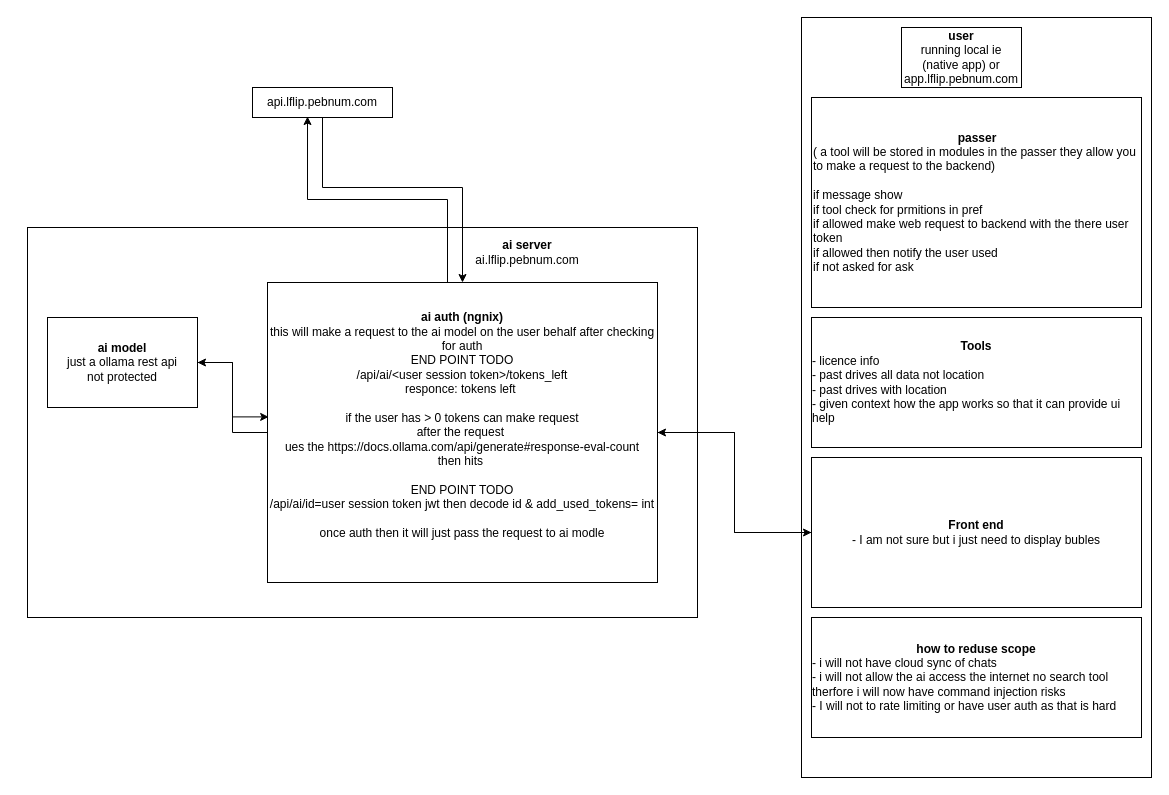
Earlier version of the draw.io diagram documentation/how to do ai.drawio (freddygaffey/Lflip). Source tidied: cells renumbered, new cells numbered last; positions are measured from the earlier drawing's top-left corner, leaving out a move shared by most shapes. Both pictures are drawn from the tidied source at 100%, with x=0, y=0 at pixel (27, 17).
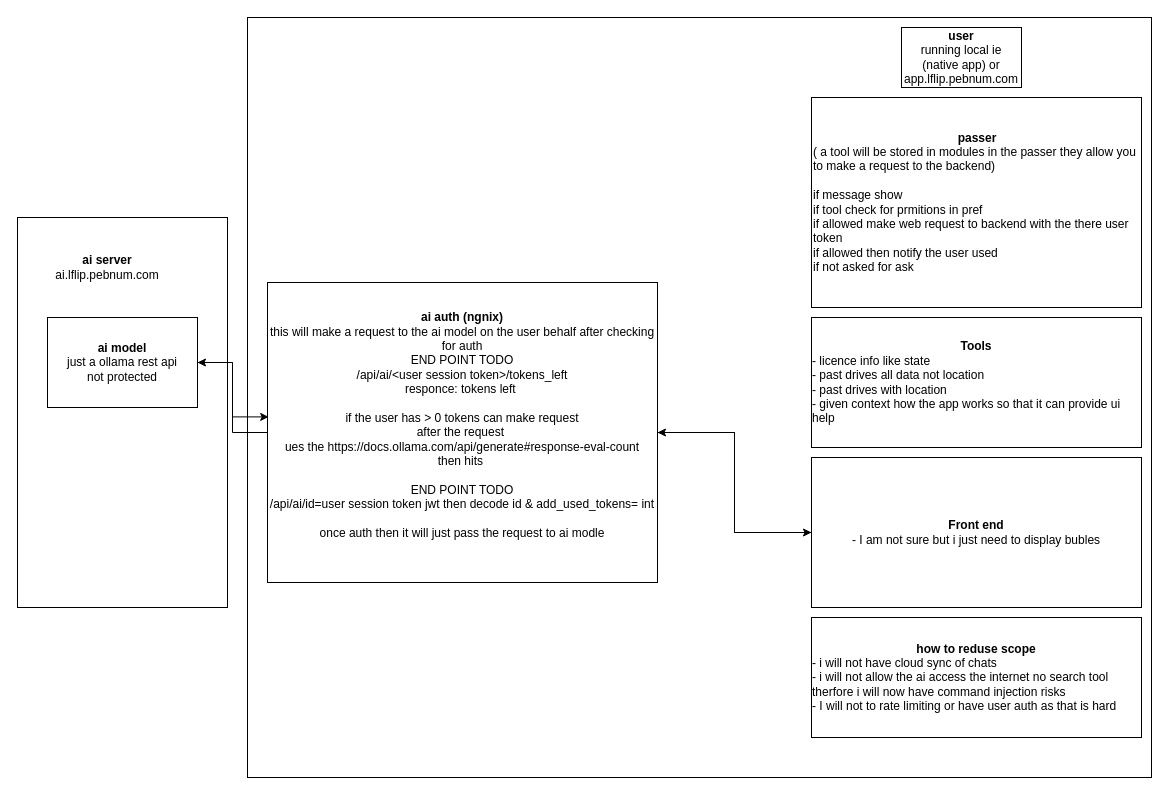
After the change.

Unchanged cells that the change refers to:
```xml
<mxCell id="18" value="&lt;b&gt;ai auth (ngnix)&lt;/b&gt;&lt;div&gt;this will make a request to the ai model on the user behalf after checking for auth&lt;/div&gt;&lt;div&gt;END POINT TODO&lt;/div&gt;&lt;div&gt;/api/ai/&amp;lt;user session token&amp;gt;/tokens_left&lt;/div&gt;&lt;div&gt;responce:&amp;nbsp;&lt;span style=&quot;background-color: transparent; color: light-dark(rgb(0, 0, 0), rgb(255, 255, 255));&quot;&gt;tokens left&amp;nbsp;&lt;/span&gt;&lt;/div&gt;&lt;div&gt;&lt;span style=&quot;background-color: transparent; color: light-dark(rgb(0, 0, 0), rgb(255, 255, 255));&quot;&gt;&lt;br&gt;&lt;/span&gt;&lt;/div&gt;&lt;div&gt;&lt;span style=&quot;background-color: transparent; color: light-dark(rgb(0, 0, 0), rgb(255, 255, 255));&quot;&gt;if the user has &amp;gt; 0 tokens can make request&lt;/span&gt;&lt;/div&gt;&lt;div&gt;&lt;span style=&quot;background-color: transparent; color: light-dark(rgb(0, 0, 0), rgb(255, 255, 255));&quot;&gt;after the request&amp;nbsp;&lt;/span&gt;&lt;/div&gt;&lt;div&gt;&lt;span style=&quot;background-color: transparent; color: light-dark(rgb(0, 0, 0), rgb(255, 255, 255));&quot;&gt;ues the&amp;nbsp;&lt;/span&gt;&lt;span style=&quot;background-color: transparent;&quot;&gt;https://docs.ollama.com/api/generate#response-eval-count&lt;/span&gt;&lt;/div&gt;&lt;div&gt;&lt;span style=&quot;background-color: transparent;&quot;&gt;then hits&amp;nbsp;&lt;/span&gt;&lt;/div&gt;&lt;div&gt;&lt;span style=&quot;background-color: transparent;&quot;&gt;&lt;br&gt;&lt;/span&gt;&lt;/div&gt;&lt;div&gt;&lt;span style=&quot;background-color: transparent;&quot;&gt;END POINT TODO&lt;/span&gt;&lt;/div&gt;&lt;div&gt;&lt;span style=&quot;background-color: transparent;&quot;&gt;/api/ai/id=&lt;/span&gt;&lt;span style=&quot;background-color: transparent; color: light-dark(rgb(0, 0, 0), rgb(255, 255, 255));&quot;&gt;user session token jwt then decode id &amp;amp; add_used_tokens= int&lt;/span&gt;&lt;/div&gt;&lt;div&gt;&lt;span style=&quot;background-color: transparent; color: light-dark(rgb(0, 0, 0), rgb(255, 255, 255));&quot;&gt;&lt;br&gt;&lt;/span&gt;&lt;/div&gt;&lt;div&gt;&lt;span style=&quot;background-color: transparent; color: light-dark(rgb(0, 0, 0), rgb(255, 255, 255));&quot;&gt;once auth then it will just pass the request to ai modle&lt;/span&gt;&lt;/div&gt;&lt;div&gt;&lt;br&gt;&lt;/div&gt;" style="rounded=0;whiteSpace=wrap;html=1;" parent="1" vertex="1">
  <mxGeometry x="240" y="265" width="390" height="300" as="geometry" />
</mxCell>
```

What changed in the source:
```diff
@@
     <mxCell id="2" style="rounded=0;whiteSpace=wrap;html=1;" parent="1" vertex="1">
-      <mxGeometry x="774" width="350" height="760" as="geometry" />
+      <mxGeometry x="220" width="904" height="760" as="geometry" />
     </mxCell>
@@
     <mxCell id="4" style="rounded=0;whiteSpace=wrap;html=1;align=left;" parent="1" vertex="1">
-      <mxGeometry y="210" width="670" height="390" as="geometry" />
+      <mxGeometry x="-10" y="200" width="210" height="390" as="geometry" />
     </mxCell>
-    <mxCell id="5" style="edgeStyle=orthogonalEdgeStyle;rounded=0;jettySize=auto;html=1;" parent="1" edge="1" source="6" target="18">
-      <mxGeometry relative="1" as="geometry">
-        <Array as="points">
-          <mxPoint x="295" y="170" />
-          <mxPoint x="435" y="170" />
-        </Array>
-      </mxGeometry>
-    </mxCell>
-    <mxCell id="6" value="api.lflip.pebnum.com" style="rounded=0;whiteSpace=wrap;html=1;" parent="1" vertex="1">
-      <mxGeometry x="225" y="70" width="140" height="30" as="geometry" />
-    </mxCell>
     <mxCell id="7" value="&lt;div style=&quot;&quot;&gt;&lt;b&gt;ai server&lt;/b&gt;&lt;/div&gt;&lt;div style=&quot;&quot;&gt;ai.lflip.pebnum.com&lt;/div&gt;" style="text;html=1;whiteSpace=wrap;strokeColor=none;fillColor=none;align=center;verticalAlign=middle;rounded=0;" parent="1" vertex="1">
-      <mxGeometry x="470" y="220" width="60" height="30" as="geometry" />
+      <mxGeometry x="50" y="235" width="60" height="30" as="geometry" />
     </mxCell>
-    <mxCell id="8" style="edgeStyle=orthogonalEdgeStyle;rounded=0;orthogonalLoop=1;jettySize=auto;html=1;exitX=0.5;exitY=1;exitDx=0;exitDy=0;" parent="1" edge="1" source="6" target="6">
-      <mxGeometry relative="1" as="geometry" />
+    <mxCell id="8" style="edgeStyle=orthogonalEdgeStyle;rounded=0;orthogonalLoop=1;jettySize=auto;html=1;exitX=0.5;exitY=1;exitDx=0;exitDy=0;" parent="1" edge="1">
+      <mxGeometry relative="1" as="geometry">
+        <mxPoint x="540" y="100" as="sourcePoint" />
+        <mxPoint x="540" y="100" as="targetPoint" />
+      </mxGeometry>
     </mxCell>
@@
-    <mxCell id="10" value="&lt;b&gt;Tools&lt;/b&gt;&lt;div style=&quot;text-align: left;&quot;&gt;- licence info&lt;/div&gt;&lt;div style=&quot;text-align: left;&quot;&gt;- past drives all data not location&lt;/div&gt;&lt;div style=&quot;text-align: left;&quot;&gt;- past drives with location&lt;/div&gt;&lt;div style=&quot;text-align: left;&quot;&gt;- given context how the app works so that it can provide ui help&lt;/div&gt;" style="rounded=0;whiteSpace=wrap;html=1;" parent="1" vertex="1">
+    <mxCell id="10" value="&lt;b&gt;Tools&lt;/b&gt;&lt;div style=&quot;text-align: left;&quot;&gt;- licence info like state&lt;/div&gt;&lt;div style=&quot;text-align: left;&quot;&gt;- past drives all data not location&lt;/div&gt;&lt;div style=&quot;text-align: left;&quot;&gt;- past drives with location&lt;/div&gt;&lt;div style=&quot;text-align: left;&quot;&gt;- given context how the app works so that it can provide ui help&lt;/div&gt;" style="rounded=0;whiteSpace=wrap;html=1;" parent="1" vertex="1">
       <mxGeometry x="784" y="300" width="330" height="130" as="geometry" />
     </mxCell>
@@
-    <mxCell id="17" style="edgeStyle=orthogonalEdgeStyle;rounded=0;jettySize=auto;html=1;entryX=0.393;entryY=0.967;entryDx=0;entryDy=0;entryPerimeter=0;" parent="1" edge="1" source="18" target="6">
-      <mxGeometry relative="1" as="geometry">
-        <Array as="points">
-          <mxPoint x="420" y="182" />
-          <mxPoint x="280" y="182" />
-        </Array>
-      </mxGeometry>
-    </mxCell>
```
